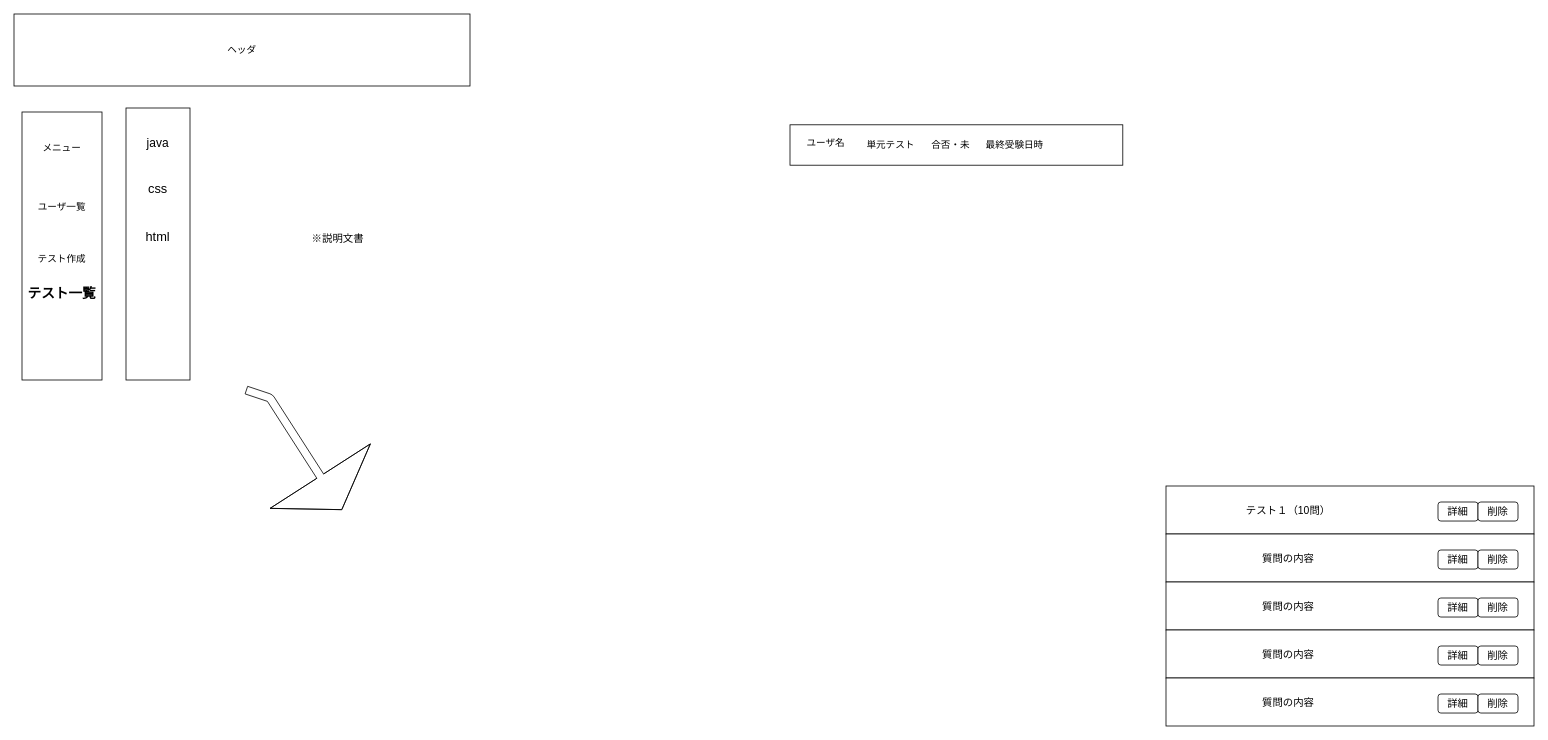
Before: page "8テスト一覧" (6 of 7) of 外部設計DRAWIO/managiment1.drawio in DOJO-2021/A-3, a draw.io diagram. Source tidied: cells renumbered, new cells numbered last; positions are measured from the earlier drawing's top-left corner, leaving out a move shared by most shapes. Both pictures are drawn from the tidied source at 80%, with x=0, y=0 at pixel (14, 14). Pictures stored in the file or linked from it are replaced by grey dashed boxes.
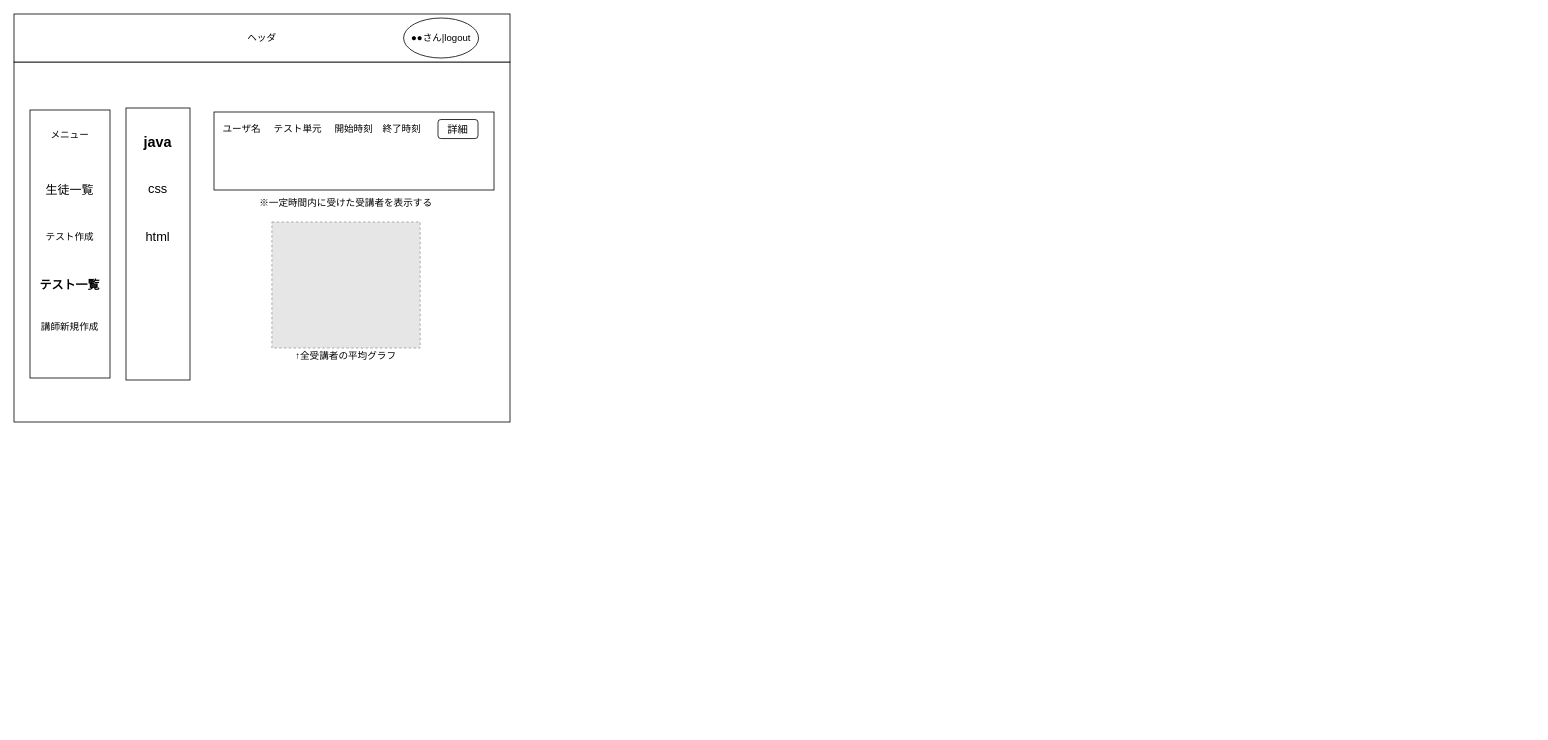
After the change.

Diff of the diagram source:
```diff
@@
-    <mxCell id="2" style="rounded=0;whiteSpace=wrap;html=1;fontSize=15;" parent="1" vertex="1">
-      <mxGeometry x="970" y="138.5" width="416" height="50.5" as="geometry" />
-    </mxCell>
-    <mxCell id="3" value="ヘッダ" style="rounded=0;whiteSpace=wrap;html=1;" parent="1" vertex="1">
-      <mxGeometry width="570" height="90" as="geometry" />
-    </mxCell>
-    <mxCell id="4" style="rounded=0;whiteSpace=wrap;html=1;" parent="1" vertex="1">
-      <mxGeometry x="10" y="122.5" width="100" height="335" as="geometry" />
-    </mxCell>
-    <mxCell id="5" value="&lt;span style=&quot;font-size: 12px;&quot;&gt;&lt;font style=&quot;font-size: 12px;&quot;&gt;メニュー&lt;/font&gt;&lt;/span&gt;" style="text;html=1;strokeColor=none;fillColor=none;align=center;verticalAlign=middle;whiteSpace=wrap;rounded=0;fontStyle=0;fontSize=12;" parent="1" vertex="1">
-      <mxGeometry x="20" y="137.5" width="80" height="60" as="geometry" />
-    </mxCell>
-    <mxCell id="6" value="ユーザ一覧" style="text;html=1;strokeColor=none;fillColor=none;align=center;verticalAlign=middle;whiteSpace=wrap;rounded=0;fontStyle=0;fontSize=12;" parent="1" vertex="1">
-      <mxGeometry x="20" y="212.5" width="80" height="57" as="geometry" />
-    </mxCell>
-    <mxCell id="7" value="テスト作成" style="text;html=1;strokeColor=none;fillColor=none;align=center;verticalAlign=middle;whiteSpace=wrap;rounded=0;" parent="1" vertex="1">
-      <mxGeometry y="272.5" width="120" height="67.5" as="geometry" />
-    </mxCell>
-    <mxCell id="8" value="テスト一覧" style="text;html=1;strokeColor=none;fillColor=none;align=center;verticalAlign=middle;whiteSpace=wrap;rounded=0;fontStyle=1;fontSize=17;" parent="1" vertex="1">
-      <mxGeometry y="316.2" width="120" height="67.5" as="geometry" />
-    </mxCell>
-    <mxCell id="9" value="ユーザ名" style="text;html=1;strokeColor=none;fillColor=none;align=center;verticalAlign=middle;whiteSpace=wrap;rounded=0;" parent="1" vertex="1">
-      <mxGeometry x="970" y="138.5" width="90" height="47.5" as="geometry" />
-    </mxCell>
-    <mxCell id="10" value="最終受験日時" style="text;html=1;strokeColor=none;fillColor=none;align=center;verticalAlign=middle;whiteSpace=wrap;rounded=0;" parent="1" vertex="1">
-      <mxGeometry x="1206" y="130" width="90" height="67.5" as="geometry" />
-    </mxCell>
-    <mxCell id="11" value="単元テスト" style="text;html=1;strokeColor=none;fillColor=none;align=center;verticalAlign=middle;whiteSpace=wrap;rounded=0;" parent="1" vertex="1">
-      <mxGeometry x="1051" y="130" width="90" height="67.5" as="geometry" />
-    </mxCell>
-    <mxCell id="12" value="合否・未" style="text;html=1;strokeColor=none;fillColor=none;align=center;verticalAlign=middle;whiteSpace=wrap;rounded=0;" parent="1" vertex="1">
-      <mxGeometry x="1126" y="130" width="90" height="67.5" as="geometry" />
-    </mxCell>
-    <mxCell id="13" value="※説明文書" style="text;html=1;strokeColor=none;fillColor=none;align=center;verticalAlign=middle;whiteSpace=wrap;rounded=0;fontSize=13;" parent="1" vertex="1">
-      <mxGeometry x="240" y="122.5" width="330" height="317.5" as="geometry" />
-    </mxCell>
-    <mxCell id="14" style="rounded=0;whiteSpace=wrap;html=1;fontSize=13;" parent="1" vertex="1">
-      <mxGeometry x="1440" y="590" width="460" height="60" as="geometry" />
-    </mxCell>
-    <mxCell id="15" value="テスト１（10問）" style="text;html=1;strokeColor=none;fillColor=none;align=center;verticalAlign=middle;whiteSpace=wrap;rounded=0;fontSize=13;" parent="1" vertex="1">
-      <mxGeometry x="1430" y="610" width="326" height="20" as="geometry" />
-    </mxCell>
-    <mxCell id="16" value="詳細" style="rounded=1;whiteSpace=wrap;html=1;fontSize=13;" parent="1" vertex="1">
-      <mxGeometry x="1780" y="610" width="50" height="23.8" as="geometry" />
-    </mxCell>
-    <mxCell id="17" value="削除" style="rounded=1;whiteSpace=wrap;html=1;fontSize=13;" parent="1" vertex="1">
-      <mxGeometry x="1830" y="610" width="50" height="23.8" as="geometry" />
-    </mxCell>
-    <mxCell id="18" style="rounded=0;whiteSpace=wrap;html=1;fontSize=13;" parent="1" vertex="1">
-      <mxGeometry x="1440" y="650" width="460" height="60" as="geometry" />
-    </mxCell>
-    <mxCell id="19" value="詳細" style="rounded=1;whiteSpace=wrap;html=1;fontSize=13;" parent="1" vertex="1">
-      <mxGeometry x="1780" y="670" width="50" height="23.8" as="geometry" />
-    </mxCell>
-    <mxCell id="20" value="削除" style="rounded=1;whiteSpace=wrap;html=1;fontSize=13;" parent="1" vertex="1">
-      <mxGeometry x="1830" y="670" width="50" height="23.8" as="geometry" />
-    </mxCell>
-    <mxCell id="21" value="質問の内容" style="text;html=1;strokeColor=none;fillColor=none;align=center;verticalAlign=middle;whiteSpace=wrap;rounded=0;fontSize=13;" parent="1" vertex="1">
-      <mxGeometry x="1430" y="670" width="326" height="20" as="geometry" />
-    </mxCell>
-    <mxCell id="22" style="rounded=0;whiteSpace=wrap;html=1;fontSize=13;" parent="1" vertex="1">
-      <mxGeometry x="1440" y="710" width="460" height="60" as="geometry" />
-    </mxCell>
-    <mxCell id="23" value="質問の内容" style="text;html=1;strokeColor=none;fillColor=none;align=center;verticalAlign=middle;whiteSpace=wrap;rounded=0;fontSize=13;" parent="1" vertex="1">
-      <mxGeometry x="1430" y="730" width="326" height="20" as="geometry" />
-    </mxCell>
-    <mxCell id="24" value="詳細" style="rounded=1;whiteSpace=wrap;html=1;fontSize=13;" parent="1" vertex="1">
-      <mxGeometry x="1780" y="730" width="50" height="23.8" as="geometry" />
-    </mxCell>
-    <mxCell id="25" value="削除" style="rounded=1;whiteSpace=wrap;html=1;fontSize=13;" parent="1" vertex="1">
-      <mxGeometry x="1830" y="730" width="50" height="23.8" as="geometry" />
-    </mxCell>
-    <mxCell id="26" style="rounded=0;whiteSpace=wrap;html=1;fontSize=13;" parent="1" vertex="1">
-      <mxGeometry x="1440" y="770" width="460" height="60" as="geometry" />
-    </mxCell>
-    <mxCell id="27" value="詳細" style="rounded=1;whiteSpace=wrap;html=1;fontSize=13;" parent="1" vertex="1">
-      <mxGeometry x="1780" y="790" width="50" height="23.8" as="geometry" />
-    </mxCell>
-    <mxCell id="28" value="削除" style="rounded=1;whiteSpace=wrap;html=1;fontSize=13;" parent="1" vertex="1">
-      <mxGeometry x="1830" y="790" width="50" height="23.8" as="geometry" />
-    </mxCell>
-    <mxCell id="29" value="質問の内容" style="text;html=1;strokeColor=none;fillColor=none;align=center;verticalAlign=middle;whiteSpace=wrap;rounded=0;fontSize=13;" parent="1" vertex="1">
-      <mxGeometry x="1430" y="790" width="326" height="20" as="geometry" />
-    </mxCell>
-    <mxCell id="30" style="rounded=0;whiteSpace=wrap;html=1;fontSize=13;" parent="1" vertex="1">
-      <mxGeometry x="1440" y="830" width="460" height="60" as="geometry" />
-    </mxCell>
-    <mxCell id="31" value="詳細" style="rounded=1;whiteSpace=wrap;html=1;fontSize=13;" parent="1" vertex="1">
-      <mxGeometry x="1780" y="850" width="50" height="23.8" as="geometry" />
-    </mxCell>
-    <mxCell id="32" value="削除" style="rounded=1;whiteSpace=wrap;html=1;fontSize=13;" parent="1" vertex="1">
-      <mxGeometry x="1830" y="850" width="50" height="23.8" as="geometry" />
-    </mxCell>
-    <mxCell id="33" value="質問の内容" style="text;html=1;strokeColor=none;fillColor=none;align=center;verticalAlign=middle;whiteSpace=wrap;rounded=0;fontSize=13;" parent="1" vertex="1">
-      <mxGeometry x="1430" y="850" width="326" height="20" as="geometry" />
-    </mxCell>
+    <mxCell id="39" style="rounded=0;whiteSpace=wrap;html=1;fontSize=18;" parent="1" vertex="1">
+      <mxGeometry y="60" width="620" height="450" as="geometry" />
+    </mxCell>
@@
-    <mxCell id="35" value="java" style="text;html=1;strokeColor=none;fillColor=none;align=center;verticalAlign=middle;whiteSpace=wrap;rounded=0;fontStyle=0;fontSize=15;" parent="1" vertex="1">
+    <mxCell id="35" value="java" style="text;html=1;strokeColor=none;fillColor=none;align=center;verticalAlign=middle;whiteSpace=wrap;rounded=0;fontStyle=1;fontSize=18;" parent="1" vertex="1">
       <mxGeometry x="140" y="127.5" width="80" height="67" as="geometry" />
     </mxCell>
@@
-    <mxCell id="38" style="shape=flexArrow;endArrow=classic;html=1;fontSize=13;endWidth=138;endSize=16.28;" parent="1" edge="1">
-      <mxGeometry relative="1" as="geometry">
-        <mxPoint x="290" y="470" as="sourcePoint" />
-        <mxPoint x="410" y="620" as="targetPoint" />
-        <Array as="points">
-          <mxPoint x="320" y="480" />
-        </Array>
-      </mxGeometry>
-    </mxCell>
+    <mxCell id="40" style="rounded=0;whiteSpace=wrap;html=1;" parent="1" vertex="1">
+      <mxGeometry x="250" y="122.5" width="350" height="97.5" as="geometry" />
+    </mxCell>
+    <mxCell id="41" value="※一定時間内に受けた受講者を表示する" style="text;html=1;strokeColor=none;fillColor=none;align=center;verticalAlign=middle;whiteSpace=wrap;rounded=0;" parent="1" vertex="1">
+      <mxGeometry x="290" y="202" width="250" height="67.5" as="geometry" />
+    </mxCell>
+    <mxCell id="42" value="詳細" style="rounded=1;whiteSpace=wrap;html=1;fontSize=13;" parent="1" vertex="1">
+      <mxGeometry x="530" y="131.9" width="50" height="23.8" as="geometry" />
+    </mxCell>
+    <mxCell id="43" style="fillColor=#E6E6E6;strokeColor=#999999;dashed=1;verticalLabelPosition=bottom;labelBackgroundColor=#ffffff;verticalAlign=top;" parent="1" vertex="1">
+      <mxGeometry x="322.4" y="260" width="185.3" height="157.5" as="geometry" />
+    </mxCell>
+    <mxCell id="44" value="↑全受講者の平均グラフ" style="text;html=1;strokeColor=none;fillColor=none;align=center;verticalAlign=middle;whiteSpace=wrap;rounded=0;" parent="1" vertex="1">
+      <mxGeometry x="350" y="417.5" width="130" height="20" as="geometry" />
+    </mxCell>
+    <mxCell id="45" value="開始時刻" style="text;html=1;strokeColor=none;fillColor=none;align=center;verticalAlign=middle;whiteSpace=wrap;rounded=0;" parent="1" vertex="1">
+      <mxGeometry x="390" y="110" width="70" height="67.5" as="geometry" />
+    </mxCell>
+    <mxCell id="46" value="終了時刻" style="text;html=1;strokeColor=none;fillColor=none;align=center;verticalAlign=middle;whiteSpace=wrap;rounded=0;" parent="1" vertex="1">
+      <mxGeometry x="450" y="110" width="70" height="67.5" as="geometry" />
+    </mxCell>
+    <mxCell id="9" value="ユーザ名" style="text;html=1;strokeColor=none;fillColor=none;align=center;verticalAlign=middle;whiteSpace=wrap;rounded=0;" parent="1" vertex="1">
+      <mxGeometry x="250" y="110" width="70" height="67.5" as="geometry" />
+    </mxCell>
+    <mxCell id="47" value="テスト単元" style="text;html=1;strokeColor=none;fillColor=none;align=center;verticalAlign=middle;whiteSpace=wrap;rounded=0;" parent="1" vertex="1">
+      <mxGeometry x="320" y="110" width="70" height="67.5" as="geometry" />
+    </mxCell>
+    <mxCell id="3" value="ヘッダ" style="rounded=0;whiteSpace=wrap;html=1;" parent="1" vertex="1">
+      <mxGeometry width="620" height="60" as="geometry" />
+    </mxCell>
+    <mxCell id="48" value="●●さん|logout" style="ellipse;whiteSpace=wrap;html=1;fontSize=12;" parent="1" vertex="1">
+      <mxGeometry x="487" y="5" width="93.7" height="50" as="geometry" />
+    </mxCell>
+    <mxCell id="49" style="rounded=0;whiteSpace=wrap;html=1;" parent="1" vertex="1">
+      <mxGeometry x="20" y="120" width="100" height="335" as="geometry" />
+    </mxCell>
+    <mxCell id="5" value="&lt;span style=&quot;font-size: 12px;&quot;&gt;&lt;font style=&quot;font-size: 12px;&quot;&gt;メニュー&lt;/font&gt;&lt;/span&gt;" style="text;html=1;strokeColor=none;fillColor=none;align=center;verticalAlign=middle;whiteSpace=wrap;rounded=0;fontStyle=0;fontSize=12;" parent="1" vertex="1">
+      <mxGeometry x="30" y="121.2" width="80" height="60" as="geometry" />
+    </mxCell>
+    <mxCell id="50" value="&lt;span style=&quot;font-weight: normal&quot;&gt;生徒一覧&lt;/span&gt;" style="text;html=1;strokeColor=none;fillColor=none;align=center;verticalAlign=middle;whiteSpace=wrap;rounded=0;fontStyle=1;fontSize=15;" parent="1" vertex="1">
+      <mxGeometry x="30" y="191.8" width="80" height="57" as="geometry" />
+    </mxCell>
+    <mxCell id="7" value="テスト作成" style="text;html=1;strokeColor=none;fillColor=none;align=center;verticalAlign=middle;whiteSpace=wrap;rounded=0;" parent="1" vertex="1">
+      <mxGeometry x="10" y="245.5" width="120" height="67.5" as="geometry" />
+    </mxCell>
+    <mxCell id="8" value="&lt;span style=&quot;font-size: 15px;&quot;&gt;&lt;font style=&quot;font-size: 15px;&quot;&gt;テスト一覧&lt;/font&gt;&lt;/span&gt;" style="text;html=1;strokeColor=none;fillColor=none;align=center;verticalAlign=middle;whiteSpace=wrap;rounded=0;fontStyle=1;fontSize=15;" parent="1" vertex="1">
+      <mxGeometry x="10" y="303.8" width="120" height="67.5" as="geometry" />
+    </mxCell>
+    <mxCell id="51" value="講師新規作成" style="text;html=1;strokeColor=none;fillColor=none;align=center;verticalAlign=middle;whiteSpace=wrap;rounded=0;" parent="1" vertex="1">
+      <mxGeometry x="10" y="357.5" width="120" height="67.5" as="geometry" />
+    </mxCell>
```
